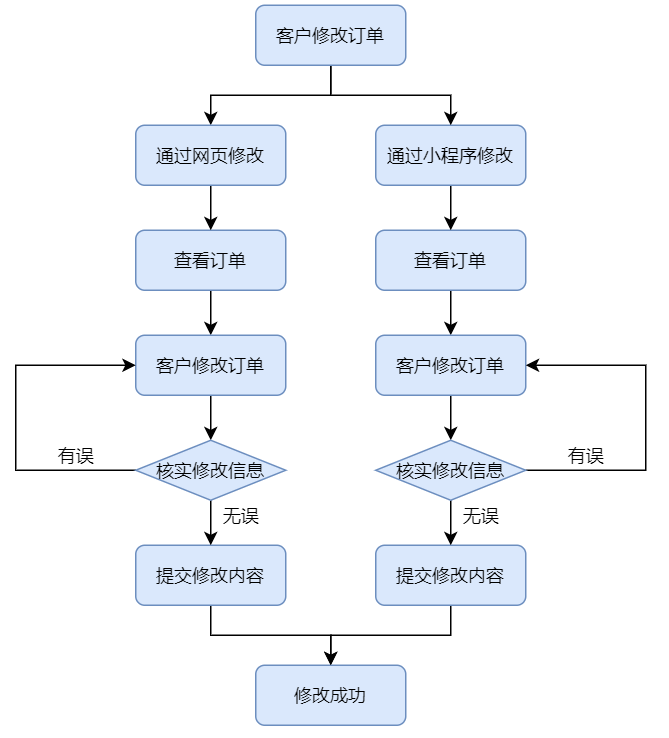
Above: docs/src/客户修改订单.png in AndSonder/smart-hotel-database (draw.io), before the change. Source tidied: cells renumbered, new cells last; positions are measured from the earlier drawing's top-left corner, leaving out a move shared by most shapes.
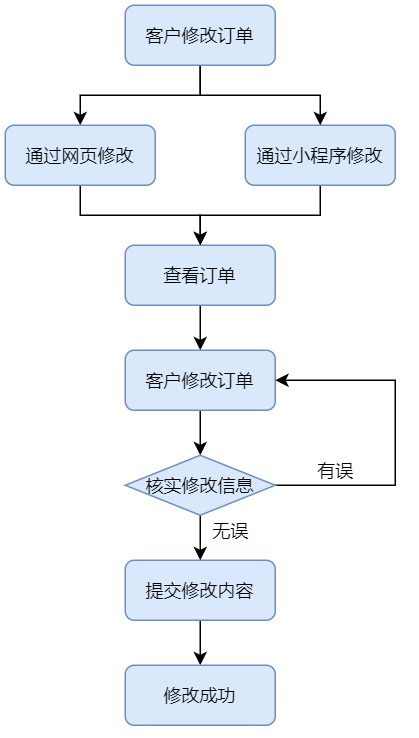
After the commit.

The edit, as a diff of the source:
```diff
@@ -8,11 +8,11 @@
     <mxCell id="3" value="&lt;span style=&quot;font-weight: 400&quot;&gt;查看订单&lt;/span&gt;" style="rounded=1;whiteSpace=wrap;html=1;fontSize=12;glass=0;strokeWidth=1;shadow=0;fillColor=#dae8fc;strokeColor=#6c8ebf;fontStyle=1;" parent="1" vertex="1">
       <mxGeometry x="240" y="150" width="100" height="40" as="geometry" />
     </mxCell>
-    <mxCell id="4" style="edgeStyle=orthogonalEdgeStyle;rounded=0;jettySize=auto;html=1;exitX=0.5;exitY=1;exitDx=0;exitDy=0;entryX=0.5;entryY=0;entryDx=0;entryDy=0;" parent="1" edge="1" source="5" target="3">
+    <mxCell id="4" style="edgeStyle=orthogonalEdgeStyle;rounded=0;jettySize=auto;html=1;exitX=0.5;exitY=1;exitDx=0;exitDy=0;entryX=0.5;entryY=0;entryDx=0;entryDy=0;strokeWidth=1;" parent="1" edge="1" source="5" target="3">
       <mxGeometry relative="1" as="geometry" />
     </mxCell>
     <mxCell id="5" value="通过小程序修改" style="rounded=1;whiteSpace=wrap;html=1;fontSize=12;glass=0;strokeWidth=1;shadow=0;fillColor=#dae8fc;strokeColor=#6c8ebf;" parent="1" vertex="1">
-      <mxGeometry x="240" y="80" width="100" height="40" as="geometry" />
+      <mxGeometry x="320" y="70" width="100" height="40" as="geometry" />
     </mxCell>
     <mxCell id="6" style="edgeStyle=orthogonalEdgeStyle;rounded=0;jettySize=auto;html=1;exitX=0.5;exitY=1;exitDx=0;exitDy=0;entryX=0.5;entryY=0;entryDx=0;entryDy=0;" parent="1" edge="1" source="7" target="15">
       <mxGeometry relative="1" as="geometry" />
@@ -27,13 +27,11 @@
       <mxGeometry relative="1" as="geometry" />
     </mxCell>
     <mxCell id="10" value="客户修改订单" style="rounded=1;whiteSpace=wrap;html=1;fontSize=12;glass=0;strokeWidth=1;shadow=0;fillColor=#dae8fc;strokeColor=#6c8ebf;" parent="1" vertex="1">
-      <mxGeometry x="160" width="100" height="40" as="geometry" />
+      <mxGeometry x="240" y="-10" width="100" height="40" as="geometry" />
     </mxCell>
-    <mxCell id="11" style="edgeStyle=orthogonalEdgeStyle;rounded=0;jettySize=auto;html=1;exitX=0.5;exitY=1;exitDx=0;exitDy=0;strokeWidth=1;" parent="1" edge="1" source="12">
-      <mxGeometry relative="1" as="geometry">
-        <mxPoint x="210" y="440" as="targetPoint" />
-      </mxGeometry>
-    </mxCell>
+    <mxCell id="32" style="edgeStyle=orthogonalEdgeStyle;rounded=0;jettySize=auto;html=1;exitX=0.5;exitY=1;exitDx=0;exitDy=0;entryX=0.5;entryY=0;entryDx=0;entryDy=0;strokeWidth=1;" parent="1" edge="1" source="12" target="18">
+      <mxGeometry relative="1" as="geometry" />
+    </mxCell>
     <mxCell id="12" value="提交修改内容" style="rounded=1;whiteSpace=wrap;html=1;fontSize=12;glass=0;strokeWidth=1;shadow=0;fillColor=#dae8fc;strokeColor=#6c8ebf;" parent="1" vertex="1">
       <mxGeometry x="240" y="360" width="100" height="40" as="geometry" />
     </mxCell>
@@ -58,51 +56,15 @@
       <mxGeometry x="290" y="330" width="40" height="20" as="geometry" />
     </mxCell>
     <mxCell id="18" value="修改成功" style="rounded=1;whiteSpace=wrap;html=1;fontSize=12;glass=0;strokeWidth=1;shadow=0;fillColor=#dae8fc;strokeColor=#6c8ebf;" parent="1" vertex="1">
-      <mxGeometry x="160" y="440" width="100" height="40" as="geometry" />
+      <mxGeometry x="240" y="430" width="100" height="40" as="geometry" />
     </mxCell>
-    <mxCell id="19" style="edgeStyle=orthogonalEdgeStyle;rounded=0;jettySize=auto;html=1;exitX=0.5;exitY=1;exitDx=0;exitDy=0;entryX=0.5;entryY=0;entryDx=0;entryDy=0;" parent="1" edge="1" source="20" target="24">
-      <mxGeometry relative="1" as="geometry" />
-    </mxCell>
-    <mxCell id="20" value="&lt;span style=&quot;font-weight: 400&quot;&gt;查看订单&lt;/span&gt;" style="rounded=1;whiteSpace=wrap;html=1;fontSize=12;glass=0;strokeWidth=1;shadow=0;fillColor=#dae8fc;strokeColor=#6c8ebf;fontStyle=1;" parent="1" vertex="1">
-      <mxGeometry x="80" y="150" width="100" height="40" as="geometry" />
-    </mxCell>
-    <mxCell id="21" style="edgeStyle=orthogonalEdgeStyle;rounded=0;jettySize=auto;html=1;exitX=0.5;exitY=1;exitDx=0;exitDy=0;entryX=0.5;entryY=0;entryDx=0;entryDy=0;" parent="1" edge="1" source="22" target="20">
-      <mxGeometry relative="1" as="geometry" />
-    </mxCell>
+    <mxCell id="33" style="edgeStyle=orthogonalEdgeStyle;rounded=0;jettySize=auto;html=1;exitX=0.5;exitY=1;exitDx=0;exitDy=0;strokeWidth=1;" parent="1" edge="1" source="22">
+      <mxGeometry relative="1" as="geometry">
+        <mxPoint x="290" y="150" as="targetPoint" />
+      </mxGeometry>
+    </mxCell>
     <mxCell id="22" value="通过网页修改" style="rounded=1;whiteSpace=wrap;html=1;fontSize=12;glass=0;strokeWidth=1;shadow=0;fillColor=#dae8fc;strokeColor=#6c8ebf;" parent="1" vertex="1">
-      <mxGeometry x="80" y="80" width="100" height="40" as="geometry" />
+      <mxGeometry x="160" y="70" width="100" height="40" as="geometry" />
     </mxCell>
-    <mxCell id="23" style="edgeStyle=orthogonalEdgeStyle;rounded=0;jettySize=auto;html=1;exitX=0.5;exitY=1;exitDx=0;exitDy=0;entryX=0.5;entryY=0;entryDx=0;entryDy=0;" parent="1" edge="1" source="24" target="29">
-      <mxGeometry relative="1" as="geometry" />
-    </mxCell>
-    <mxCell id="24" value="客户修改订单" style="rounded=1;whiteSpace=wrap;html=1;fontSize=12;glass=0;strokeWidth=1;shadow=0;fillColor=#dae8fc;strokeColor=#6c8ebf;" parent="1" vertex="1">
-      <mxGeometry x="80" y="220" width="100" height="40" as="geometry" />
-    </mxCell>
-    <mxCell id="25" style="edgeStyle=orthogonalEdgeStyle;rounded=0;jettySize=auto;html=1;exitX=0.5;exitY=1;exitDx=0;exitDy=0;strokeWidth=1;" parent="1" edge="1" source="26" target="18">
-      <mxGeometry relative="1" as="geometry" />
-    </mxCell>
-    <mxCell id="26" value="提交修改内容" style="rounded=1;whiteSpace=wrap;html=1;fontSize=12;glass=0;strokeWidth=1;shadow=0;fillColor=#dae8fc;strokeColor=#6c8ebf;" parent="1" vertex="1">
-      <mxGeometry x="80" y="360" width="100" height="40" as="geometry" />
-    </mxCell>
-    <mxCell id="27" style="edgeStyle=orthogonalEdgeStyle;rounded=0;jettySize=auto;html=1;exitX=0.5;exitY=1;exitDx=0;exitDy=0;entryX=0.5;entryY=0;entryDx=0;entryDy=0;" parent="1" edge="1" source="29" target="26">
-      <mxGeometry relative="1" as="geometry" />
-    </mxCell>
-    <mxCell id="28" style="edgeStyle=orthogonalEdgeStyle;rounded=0;jettySize=auto;html=1;exitX=0;exitY=0.5;exitDx=0;exitDy=0;entryX=0;entryY=0.5;entryDx=0;entryDy=0;strokeWidth=1;" parent="1" edge="1" source="29" target="24">
-      <mxGeometry relative="1" as="geometry">
-        <Array as="points">
-          <mxPoint y="310" />
-          <mxPoint y="240" />
-        </Array>
-      </mxGeometry>
-    </mxCell>
-    <mxCell id="29" value="核实修改信息" style="rhombus;whiteSpace=wrap;html=1;fillColor=#dae8fc;strokeColor=#6c8ebf;" parent="1" vertex="1">
-      <mxGeometry x="80" y="290" width="100" height="40" as="geometry" />
-    </mxCell>
-    <mxCell id="30" value="无误" style="text;html=1;align=center;verticalAlign=middle;strokeColor=none;" parent="1" vertex="1">
-      <mxGeometry x="130" y="330" width="40" height="20" as="geometry" />
-    </mxCell>
-    <mxCell id="31" value="有误" style="text;html=1;align=center;verticalAlign=middle;strokeColor=none;" parent="1" vertex="1">
-      <mxGeometry x="20" y="290" width="40" height="20" as="geometry" />
-    </mxCell>
   </root>
 </mxGraphModel>
```
